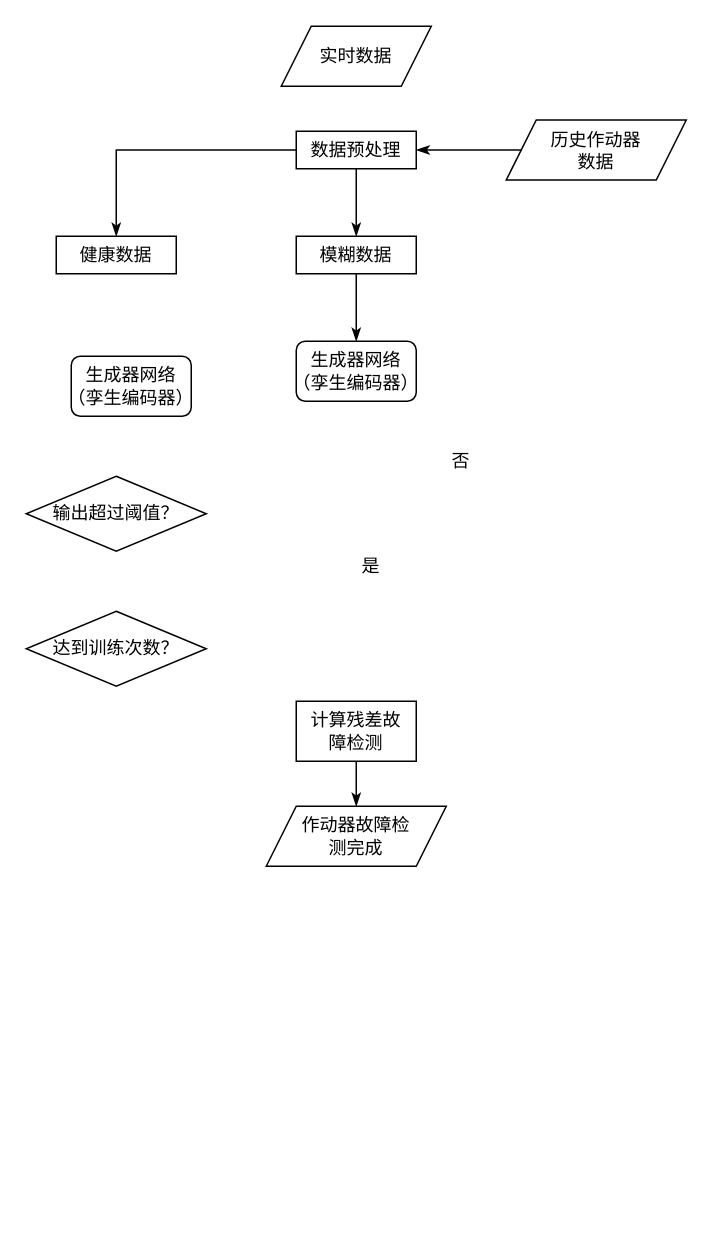
debeetle/Drawio keeps this draw.io diagram as flowchart1.drawio.xml. Above is the earlier version. Source tidied: cells renumbered, new cells numbered last; positions are measured from the earlier drawing's top-left corner, leaving out a move shared by most shapes. Both pictures are drawn from the tidied source at 150%, with x=0, y=0 at pixel (26, 26).
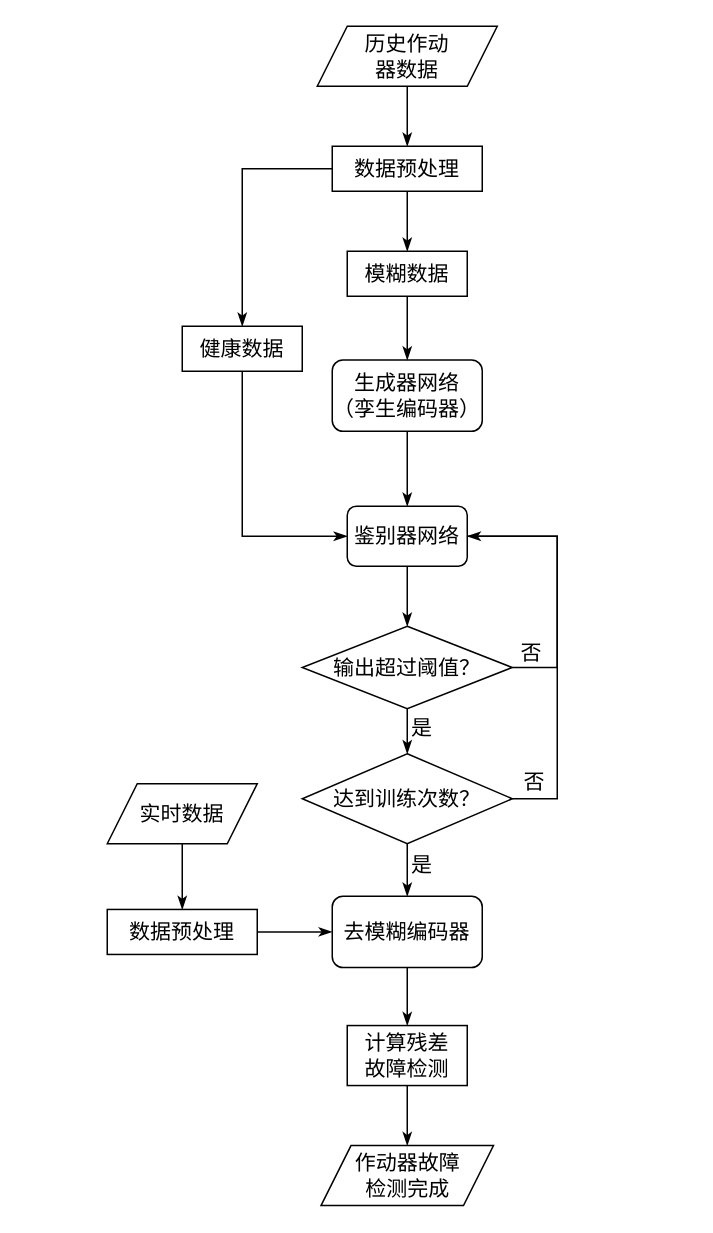
Above is the later version.

Diff of the diagram source:
```diff
@@
-    <mxCell id="2" style="edgeStyle=orthogonalEdgeStyle;rounded=0;jettySize=auto;html=1;fontSize=12;startArrow=none;startFill=0;endArrow=classicThin;endFill=1;" parent="1" edge="1" source="3" target="6">
+    <mxCell id="2" style="edgeStyle=orthogonalEdgeStyle;rounded=0;jettySize=auto;html=1;entryX=0.5;entryY=0;entryDx=0;entryDy=0;fontSize=14;startArrow=none;startFill=0;endArrow=classicThin;endFill=1;" parent="1" edge="1" source="3" target="33">
       <mxGeometry relative="1" as="geometry" />
     </mxCell>
-    <mxCell id="3" value="历史作动器数据" style="shape=parallelogram;perimeter=parallelogramPerimeter;whiteSpace=wrap;html=1;fixedSize=1;hachureGap=4;spacing=30;fillColor=none;" parent="1" vertex="1">
-      <mxGeometry x="320" y="62.5" width="120" height="40" as="geometry" />
+    <mxCell id="3" value="历史作动器数据" style="shape=parallelogram;perimeter=parallelogramPerimeter;whiteSpace=wrap;html=1;fixedSize=1;hachureGap=4;spacing=30;fillColor=none;fontSize=14;" parent="1" vertex="1">
+      <mxGeometry x="194" width="120" height="40" as="geometry" />
     </mxCell>
-    <mxCell id="4" style="edgeStyle=orthogonalEdgeStyle;rounded=0;jettySize=auto;html=1;fontSize=12;startArrow=none;startFill=0;endArrow=classicThin;endFill=1;" parent="1" edge="1" source="6" target="16">
+    <mxCell id="4" style="edgeStyle=orthogonalEdgeStyle;rounded=0;jettySize=auto;html=1;entryX=0;entryY=0.5;entryDx=0;entryDy=0;fontSize=14;startArrow=none;startFill=0;endArrow=classicThin;endFill=1;" parent="1" edge="1" source="5" target="7">
       <mxGeometry relative="1" as="geometry" />
     </mxCell>
-    <mxCell id="5" style="edgeStyle=orthogonalEdgeStyle;rounded=0;jettySize=auto;html=1;entryX=0.5;entryY=0;entryDx=0;entryDy=0;fontSize=12;startArrow=none;startFill=0;endArrow=classicThin;endFill=1;" parent="1" edge="1" source="6" target="17">
-      <mxGeometry relative="1" as="geometry" />
+    <mxCell id="5" value="数据预处理" style="rounded=0;whiteSpace=wrap;html=1;hachureGap=4;fillColor=none;spacing=0;fontSize=14;" parent="1" vertex="1">
+      <mxGeometry x="54" y="588.8" width="100" height="30" as="geometry" />
     </mxCell>
-    <mxCell id="6" value="数据预处理" style="rounded=0;whiteSpace=wrap;html=1;hachureGap=4;fillColor=none;" parent="1" vertex="1">
-      <mxGeometry x="180" y="70" width="80" height="25" as="geometry" />
+    <mxCell id="6" style="edgeStyle=orthogonalEdgeStyle;rounded=0;jettySize=auto;html=1;entryX=0.5;entryY=0;entryDx=0;entryDy=0;fontSize=14;startArrow=none;startFill=0;endArrow=classicThin;endFill=1;" parent="1" edge="1" source="7" target="9">
+      <mxGeometry relative="1" as="geometry" />
     </mxCell>
-    <mxCell id="7" value="生成器网络&lt;br&gt;（孪生编码器）" style="rounded=1;whiteSpace=wrap;html=1;fillColor=none;spacing=-6;" parent="1" vertex="1">
-      <mxGeometry x="180" y="210" width="80" height="40" as="geometry" />
+    <mxCell id="7" value="去模糊编码器" style="rounded=1;whiteSpace=wrap;html=1;fillColor=none;spacing=-6;fontSize=14;" parent="1" vertex="1">
+      <mxGeometry x="204" y="580" width="100" height="47.5" as="geometry" />
     </mxCell>
-    <mxCell id="8" style="edgeStyle=orthogonalEdgeStyle;rounded=0;jettySize=auto;html=1;exitX=0.5;exitY=1;exitDx=0;exitDy=0;entryX=0.5;entryY=0;entryDx=0;entryDy=0;startArrow=none;startFill=0;endArrow=classicThin;endFill=1;" parent="1" edge="1" source="9">
-      <mxGeometry relative="1" as="geometry">
-        <mxPoint x="220" y="520" as="targetPoint" />
-      </mxGeometry>
+    <mxCell id="8" style="edgeStyle=orthogonalEdgeStyle;rounded=0;jettySize=auto;html=1;entryX=0.5;entryY=0;entryDx=0;entryDy=0;fontSize=14;startArrow=none;startFill=0;endArrow=classicThin;endFill=1;" parent="1" edge="1" source="9" target="17">
+      <mxGeometry relative="1" as="geometry" />
     </mxCell>
-    <mxCell id="9" value="计算残差故障检测" style="rounded=0;whiteSpace=wrap;html=1;hachureGap=4;fillColor=none;fontSize=12;spacing=10;" parent="1" vertex="1">
-      <mxGeometry x="180" y="450" width="80" height="40" as="geometry" />
+    <mxCell id="9" value="计算残差故障检测" style="rounded=0;whiteSpace=wrap;html=1;hachureGap=4;fillColor=none;fontSize=14;spacing=10;" parent="1" vertex="1">
+      <mxGeometry x="214" y="666.2" width="80" height="40" as="geometry" />
     </mxCell>
-    <mxCell id="10" value="否" style="text;html=1;strokeColor=none;fillColor=none;align=center;verticalAlign=middle;whiteSpace=wrap;rounded=0;" parent="1" vertex="1">
-      <mxGeometry x="280" y="280" width="20" height="20" as="geometry" />
+    <mxCell id="10" value="否" style="text;html=1;strokeColor=none;fillColor=none;align=center;verticalAlign=middle;whiteSpace=wrap;rounded=0;fontSize=14;" parent="1" vertex="1">
+      <mxGeometry x="327" y="408" width="20" height="20" as="geometry" />
     </mxCell>
-    <mxCell id="11" value="实时数据" style="shape=parallelogram;perimeter=parallelogramPerimeter;whiteSpace=wrap;html=1;fixedSize=1;fontSize=12;fillColor=none;" parent="1" vertex="1">
-      <mxGeometry x="170" width="100" height="40" as="geometry" />
+    <mxCell id="11" style="edgeStyle=orthogonalEdgeStyle;rounded=0;jettySize=auto;html=1;entryX=0.5;entryY=0;entryDx=0;entryDy=0;fontSize=14;startArrow=none;startFill=0;endArrow=classicThin;endFill=1;" parent="1" edge="1" source="12" target="5">
+      <mxGeometry relative="1" as="geometry" />
     </mxCell>
-    <mxCell id="12" value="达到训练次数？" style="rhombus;whiteSpace=wrap;html=1;fillColor=none;spacing=10;" parent="1" vertex="1">
-      <mxGeometry y="390" width="120" height="50" as="geometry" />
+    <mxCell id="12" value="实时数据" style="shape=parallelogram;perimeter=parallelogramPerimeter;whiteSpace=wrap;html=1;fixedSize=1;fontSize=14;fillColor=none;" parent="1" vertex="1">
+      <mxGeometry x="54" y="505" width="100" height="40" as="geometry" />
     </mxCell>
-    <mxCell id="13" value="是" style="text;html=1;strokeColor=none;fillColor=none;align=center;verticalAlign=middle;whiteSpace=wrap;rounded=0;" parent="1" vertex="1">
-      <mxGeometry x="220" y="350" width="20" height="20" as="geometry" />
+    <mxCell id="13" style="edgeStyle=orthogonalEdgeStyle;rounded=0;jettySize=auto;html=1;entryX=1;entryY=0.5;entryDx=0;entryDy=0;fontSize=14;startArrow=none;startFill=0;endArrow=none;endFill=0;exitX=1;exitY=0.5;exitDx=0;exitDy=0;" parent="1" edge="1" source="15" target="26">
+      <mxGeometry relative="1" as="geometry">
+        <Array as="points">
+          <mxPoint x="354" y="515" />
+          <mxPoint x="354" y="340" />
+        </Array>
+      </mxGeometry>
     </mxCell>
-    <mxCell id="14" value="作动器故障检测完成" style="shape=parallelogram;perimeter=parallelogramPerimeter;whiteSpace=wrap;html=1;fixedSize=1;fontSize=12;fillColor=none;spacing=20;" parent="1" vertex="1">
-      <mxGeometry x="160" y="520" width="120" height="40" as="geometry" />
+    <mxCell id="14" style="edgeStyle=orthogonalEdgeStyle;rounded=0;jettySize=auto;html=1;entryX=0.5;entryY=0;entryDx=0;entryDy=0;fontSize=14;startArrow=none;startFill=0;endArrow=classicThin;endFill=1;" parent="1" edge="1" source="15" target="7">
+      <mxGeometry relative="1" as="geometry" />
     </mxCell>
-    <mxCell id="15" style="edgeStyle=orthogonalEdgeStyle;rounded=0;jettySize=auto;html=1;fontSize=12;startArrow=none;startFill=0;endArrow=classicThin;endFill=1;" parent="1" edge="1" source="16" target="7">
-      <mxGeometry relative="1" as="geometry" />
+    <mxCell id="15" value="达到训练次数？" style="rhombus;whiteSpace=wrap;html=1;fillColor=none;spacing=10;fontSize=14;" parent="1" vertex="1">
+      <mxGeometry x="184" y="485" width="140" height="60" as="geometry" />
     </mxCell>
-    <mxCell id="16" value="模糊数据" style="rounded=0;whiteSpace=wrap;html=1;hachureGap=4;fillColor=none;" parent="1" vertex="1">
-      <mxGeometry x="180" y="140" width="80" height="25" as="geometry" />
+    <mxCell id="16" value="是" style="text;html=1;strokeColor=none;fillColor=none;align=center;verticalAlign=middle;whiteSpace=wrap;rounded=0;fontSize=14;" parent="1" vertex="1">
+      <mxGeometry x="254" y="458" width="20" height="20" as="geometry" />
     </mxCell>
-    <mxCell id="17" value="健康数据" style="rounded=0;whiteSpace=wrap;html=1;hachureGap=4;fillColor=none;" parent="1" vertex="1">
-      <mxGeometry x="20" y="140" width="80" height="25" as="geometry" />
+    <mxCell id="17" value="作动器故障检测完成" style="shape=parallelogram;perimeter=parallelogramPerimeter;whiteSpace=wrap;html=1;fixedSize=1;fontSize=14;fillColor=none;spacing=20;" parent="1" vertex="1">
+      <mxGeometry x="196.5" y="746.2" width="115" height="40" as="geometry" />
     </mxCell>
-    <mxCell id="18" value="输出超过阈值？" style="rhombus;whiteSpace=wrap;html=1;fillColor=none;spacing=0;" parent="1" vertex="1">
-      <mxGeometry y="300" width="120" height="50" as="geometry" />
+    <mxCell id="18" style="edgeStyle=orthogonalEdgeStyle;rounded=0;jettySize=auto;html=1;entryX=0.5;entryY=0;entryDx=0;entryDy=0;fontSize=14;startArrow=none;startFill=0;endArrow=classicThin;endFill=1;" parent="1" edge="1" source="19" target="28">
+      <mxGeometry relative="1" as="geometry" />
     </mxCell>
-    <mxCell id="19" value="生成器网络&lt;br&gt;（孪生编码器）" style="rounded=1;whiteSpace=wrap;html=1;fillColor=none;spacing=-6;" parent="1" vertex="1">
-      <mxGeometry x="30" y="220" width="80" height="40" as="geometry" />
+    <mxCell id="19" value="模糊数据" style="rounded=0;whiteSpace=wrap;html=1;hachureGap=4;fillColor=none;fontSize=14;" parent="1" vertex="1">
+      <mxGeometry x="214" y="150" width="80" height="30" as="geometry" />
     </mxCell>
+    <mxCell id="20" style="edgeStyle=orthogonalEdgeStyle;rounded=0;jettySize=auto;html=1;entryX=0;entryY=0.5;entryDx=0;entryDy=0;fontSize=14;startArrow=none;startFill=0;endArrow=classicThin;endFill=1;exitX=0.5;exitY=1;exitDx=0;exitDy=0;" parent="1" edge="1" source="21" target="26">
+      <mxGeometry relative="1" as="geometry" />
+    </mxCell>
+    <mxCell id="21" value="健康数据" style="rounded=0;whiteSpace=wrap;html=1;hachureGap=4;fillColor=none;fontSize=14;" parent="1" vertex="1">
+      <mxGeometry x="104" y="200" width="80" height="30" as="geometry" />
+    </mxCell>
+    <mxCell id="22" style="edgeStyle=orthogonalEdgeStyle;rounded=0;jettySize=auto;html=1;endArrow=classicThin;endFill=1;fontSize=14;" parent="1" edge="1" source="25" target="15">
+      <mxGeometry relative="1" as="geometry" />
+    </mxCell>
+    <mxCell id="23" style="edgeStyle=orthogonalEdgeStyle;rounded=0;jettySize=auto;html=1;endArrow=none;endFill=0;startArrow=classicThin;startFill=1;fontSize=14;" parent="1" edge="1" source="25" target="26">
+      <mxGeometry relative="1" as="geometry" />
+    </mxCell>
+    <mxCell id="24" style="edgeStyle=orthogonalEdgeStyle;rounded=0;jettySize=auto;html=1;entryX=1;entryY=0.5;entryDx=0;entryDy=0;fontSize=14;startArrow=none;startFill=0;endArrow=classicThin;endFill=1;exitX=1;exitY=0.5;exitDx=0;exitDy=0;" parent="1" edge="1" source="25" target="26">
+      <mxGeometry relative="1" as="geometry">
+        <Array as="points">
+          <mxPoint x="354" y="428" />
+          <mxPoint x="354" y="340" />
+        </Array>
+      </mxGeometry>
+    </mxCell>
+    <mxCell id="25" value="输出超过阈值？" style="rhombus;whiteSpace=wrap;html=1;fillColor=none;spacing=0;fontSize=14;" parent="1" vertex="1">
+      <mxGeometry x="184" y="400" width="140" height="55" as="geometry" />
+    </mxCell>
+    <mxCell id="26" value="鉴别器网络" style="rounded=1;whiteSpace=wrap;html=1;fillColor=none;spacing=-6;fontSize=14;" parent="1" vertex="1">
+      <mxGeometry x="214" y="320" width="80" height="40" as="geometry" />
+    </mxCell>
+    <mxCell id="27" style="edgeStyle=orthogonalEdgeStyle;rounded=0;jettySize=auto;html=1;entryX=0.5;entryY=0;entryDx=0;entryDy=0;fontSize=14;startArrow=none;startFill=0;endArrow=classicThin;endFill=1;" parent="1" edge="1" source="28" target="26">
+      <mxGeometry relative="1" as="geometry" />
+    </mxCell>
+    <mxCell id="28" value="生成器网络&lt;br style=&quot;font-size: 14px;&quot;&gt;（孪生编码器）" style="rounded=1;whiteSpace=wrap;html=1;fillColor=none;spacing=-6;fontSize=14;" parent="1" vertex="1">
+      <mxGeometry x="204" y="222.5" width="100" height="47.5" as="geometry" />
+    </mxCell>
+    <mxCell id="29" value="是" style="text;html=1;strokeColor=none;fillColor=none;align=center;verticalAlign=middle;whiteSpace=wrap;rounded=0;fontSize=14;" parent="1" vertex="1">
+      <mxGeometry x="254" y="549" width="20" height="20" as="geometry" />
+    </mxCell>
+    <mxCell id="30" value="否" style="text;html=1;strokeColor=none;fillColor=none;align=center;verticalAlign=middle;whiteSpace=wrap;rounded=0;fontSize=14;" parent="1" vertex="1">
+      <mxGeometry x="329" y="494" width="20" height="20" as="geometry" />
+    </mxCell>
+    <mxCell id="31" style="edgeStyle=orthogonalEdgeStyle;rounded=0;jettySize=auto;html=1;entryX=0.5;entryY=0;entryDx=0;entryDy=0;fontSize=14;startArrow=none;startFill=0;endArrow=classicThin;endFill=1;" parent="1" edge="1" source="33" target="21">
+      <mxGeometry relative="1" as="geometry" />
+    </mxCell>
+    <mxCell id="32" style="edgeStyle=orthogonalEdgeStyle;rounded=0;jettySize=auto;html=1;entryX=0.5;entryY=0;entryDx=0;entryDy=0;fontSize=14;startArrow=none;startFill=0;endArrow=classicThin;endFill=1;" parent="1" edge="1" source="33" target="19">
+      <mxGeometry relative="1" as="geometry" />
+    </mxCell>
+    <mxCell id="33" value="数据预处理" style="rounded=0;whiteSpace=wrap;html=1;hachureGap=4;fillColor=none;spacing=0;fontSize=14;" parent="1" vertex="1">
+      <mxGeometry x="204" y="80" width="100" height="30" as="geometry" />
+    </mxCell>
```
